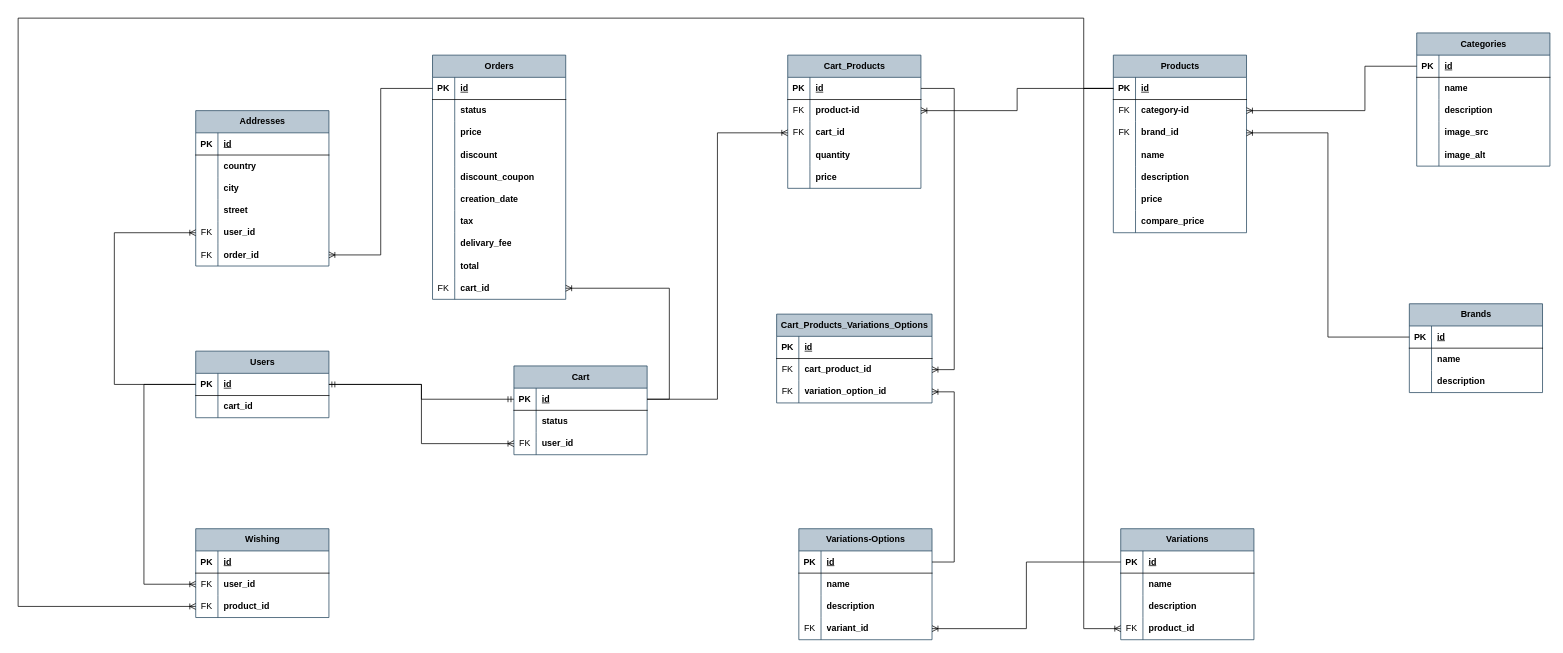
This is ecommerce-tap.drawio from ShahdKhader/shahd-kkhader-e-commerce-tap, a draw.io file, before an edit. Source tidied: cells renumbered, new cells numbered last; positions are measured from the earlier drawing's top-left corner, leaving out a move shared by most shapes. Both pictures are drawn from the tidied source at 74%, with x=0, y=0 at pixel (18, 18).
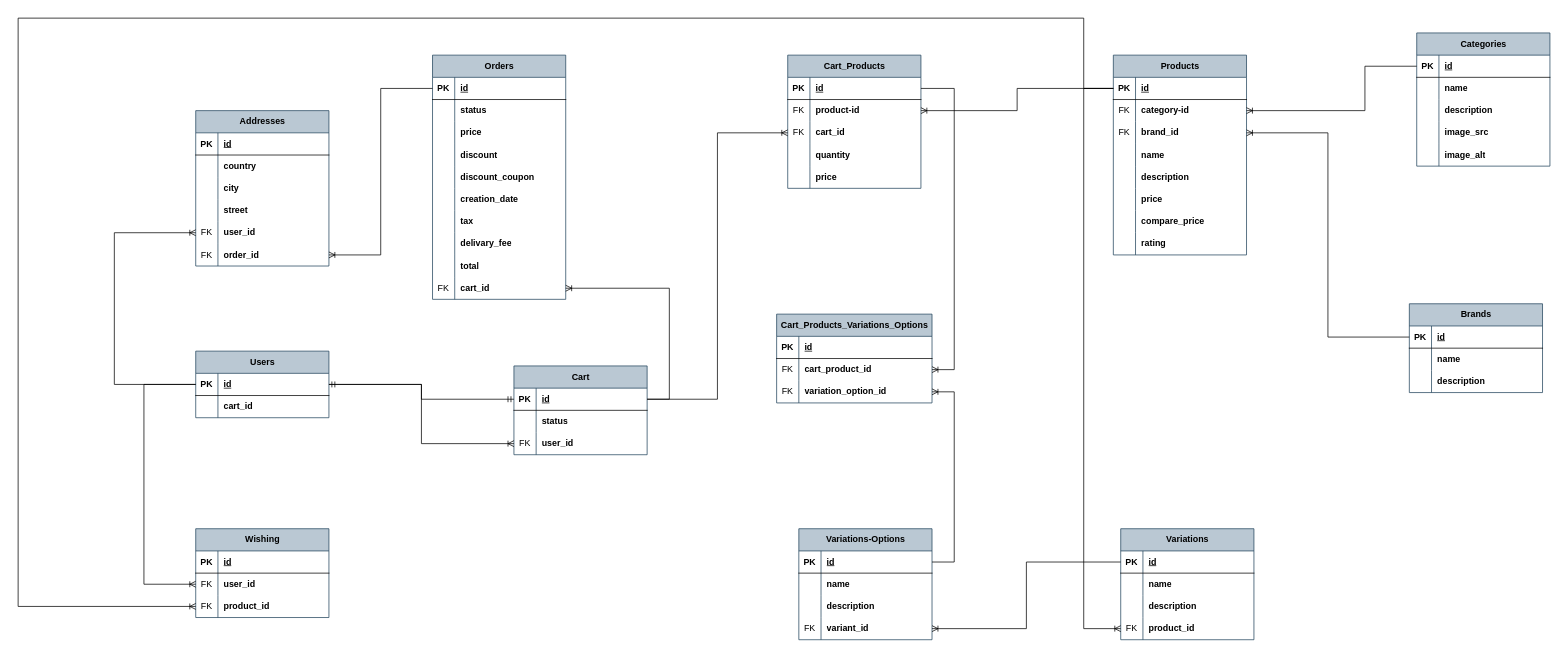
After the change.

Diff of the diagram source:
```diff
@@
     <mxCell id="2" value="Products" style="shape=table;startSize=30;childLayout=tableLayout;rowLines=0;fontStyle=1;align=center;html=1;fillColor=#bac8d3;strokeColor=#23445d;" parent="1" vertex="1">
-      <mxGeometry x="1480" y="50" width="180" height="240" as="geometry" />
+      <mxGeometry x="1480" y="50" width="180" height="270" as="geometry" />
     </mxCell>
@@
+    <mxCell id="194" style="shape=tableRow;horizontal=0;startSize=0;swimlaneHead=0;swimlaneBody=0;fillColor=none;top=0;left=0;right=0;bottom=0;" parent="2" vertex="1">
+      <mxGeometry y="240" width="180" height="30" as="geometry" />
+    </mxCell>
+    <mxCell id="195" style="shape=partialRectangle;fillColor=none;top=0;left=0;bottom=0;right=0;overflow=hidden;whiteSpace=wrap;html=1;" parent="194" vertex="1">
+      <mxGeometry width="30" height="30" as="geometry" />
+    </mxCell>
+    <mxCell id="196" value="rating" style="shape=partialRectangle;fillColor=none;top=0;left=0;bottom=0;right=0;align=left;spacingLeft=6;overflow=hidden;whiteSpace=wrap;html=1;fontStyle=1;" parent="194" vertex="1">
+      <mxGeometry x="30" width="150" height="30" as="geometry" />
+    </mxCell>
```
